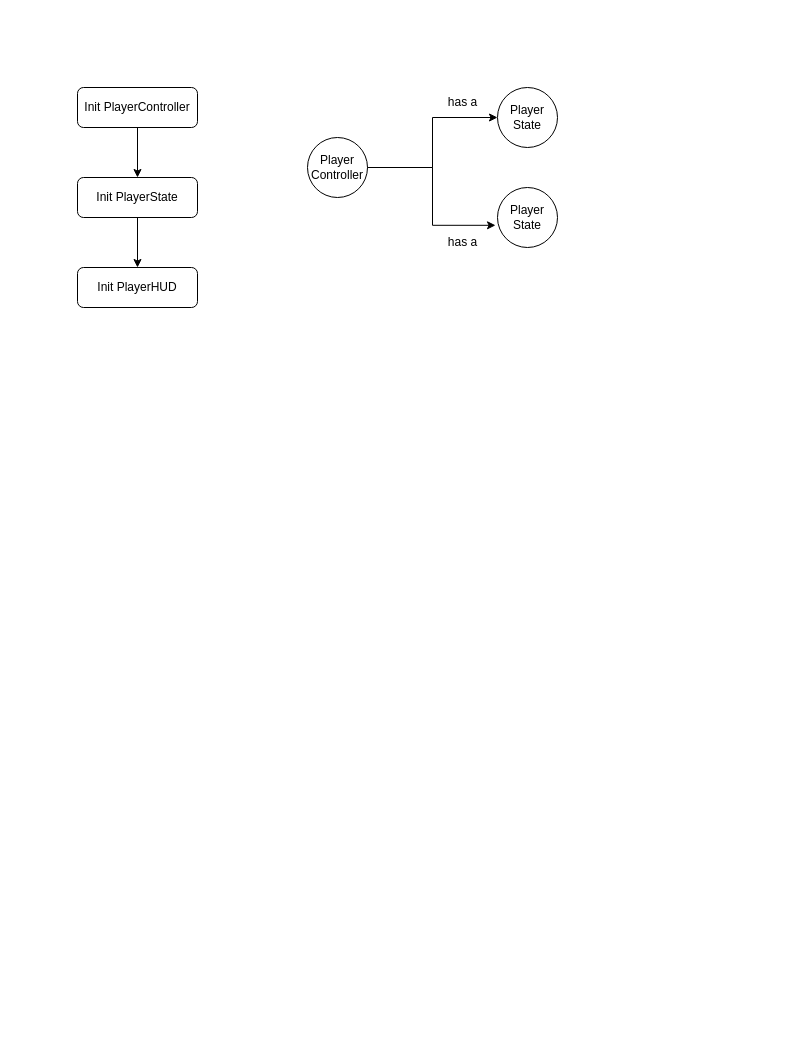
Before: GameFlow.drawio in Danqingyifan/PVZ_UML, a draw.io diagram. Source tidied: cells renumbered, new cells numbered last; positions are measured from the earlier drawing's top-left corner, leaving out a move shared by most shapes. Both pictures are drawn from the tidied source at 100%, with x=0, y=0 at pixel (77, 87).
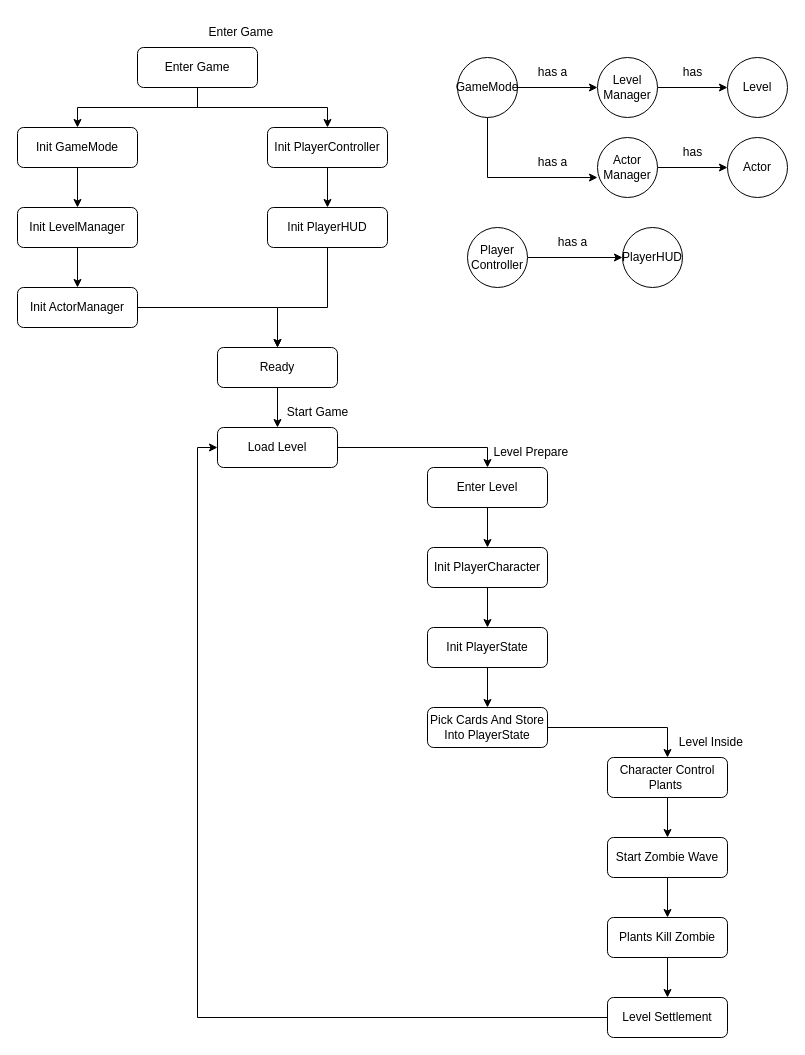
The same diagram, later.

What changed in the source:
```diff
@@
-    <mxCell id="2" style="edgeStyle=orthogonalEdgeStyle;rounded=0;jettySize=auto;html=1;entryX=0.5;entryY=0;entryDx=0;entryDy=0;" parent="1" edge="1" source="3" target="5">
-      <mxGeometry relative="1" as="geometry" />
-    </mxCell>
+    <mxCell id="14" style="edgeStyle=orthogonalEdgeStyle;rounded=0;jettySize=auto;html=1;entryX=0.5;entryY=0;entryDx=0;entryDy=0;" parent="1" edge="1" source="3" target="52">
+      <mxGeometry relative="1" as="geometry" />
+    </mxCell>
-    <mxCell id="3" value="Init PlayerController" style="rounded=1;whiteSpace=wrap;html=1;fontSize=12;glass=0;strokeWidth=1;shadow=0;" parent="1" vertex="1">
-      <mxGeometry width="120" height="40" as="geometry" />
+    <mxCell id="3" value="Init LevelManager" style="rounded=1;whiteSpace=wrap;html=1;fontSize=12;glass=0;strokeWidth=1;shadow=0;" parent="1" vertex="1">
+      <mxGeometry x="-60" y="120" width="120" height="40" as="geometry" />
     </mxCell>
-    <mxCell id="4" style="edgeStyle=orthogonalEdgeStyle;rounded=0;jettySize=auto;html=1;entryX=0.5;entryY=0;entryDx=0;entryDy=0;" parent="1" edge="1" source="5" target="10">
-      <mxGeometry relative="1" as="geometry" />
-    </mxCell>
+    <mxCell id="15" style="edgeStyle=orthogonalEdgeStyle;rounded=0;jettySize=auto;html=1;entryX=0.5;entryY=0;entryDx=0;entryDy=0;" parent="1" edge="1" source="5" target="34">
+      <mxGeometry relative="1" as="geometry" />
+    </mxCell>
     <mxCell id="5" value="Init PlayerState" style="rounded=1;whiteSpace=wrap;html=1;fontSize=12;glass=0;strokeWidth=1;shadow=0;" parent="1" vertex="1">
-      <mxGeometry y="90" width="120" height="40" as="geometry" />
+      <mxGeometry x="350" y="540" width="120" height="40" as="geometry" />
     </mxCell>
-    <mxCell id="6" style="edgeStyle=orthogonalEdgeStyle;rounded=0;jettySize=auto;html=1;entryX=0;entryY=0.5;entryDx=0;entryDy=0;" parent="1" edge="1" source="7" target="8">
-      <mxGeometry relative="1" as="geometry" />
-    </mxCell>
+    <mxCell id="12" style="edgeStyle=orthogonalEdgeStyle;rounded=0;jettySize=auto;html=1;entryX=0;entryY=0.5;entryDx=0;entryDy=0;" parent="1" edge="1" source="7" target="11">
+      <mxGeometry relative="1" as="geometry" />
+    </mxCell>
     <mxCell id="7" value="Player&lt;div&gt;Controller&lt;/div&gt;" style="ellipse;whiteSpace=wrap;html=1;" parent="1" vertex="1">
-      <mxGeometry x="230" y="50" width="60" height="60" as="geometry" />
+      <mxGeometry x="390" y="140" width="60" height="60" as="geometry" />
     </mxCell>
-    <mxCell id="8" value="Player&lt;div&gt;State&lt;/div&gt;" style="ellipse;whiteSpace=wrap;html=1;" parent="1" vertex="1">
-      <mxGeometry x="420" width="60" height="60" as="geometry" />
-    </mxCell>
-    <mxCell id="9" value="has a" style="text;html=1;align=center;verticalAlign=middle;strokeColor=none;fillColor=none;" parent="1" vertex="1">
-      <mxGeometry x="360" width="50" height="30" as="geometry" />
-    </mxCell>
+    <mxCell id="16" style="edgeStyle=orthogonalEdgeStyle;rounded=0;jettySize=auto;html=1;entryX=0.5;entryY=0;entryDx=0;entryDy=0;" parent="1" edge="1" source="10" target="50">
+      <mxGeometry relative="1" as="geometry" />
+    </mxCell>
-    <mxCell id="10" value="Init PlayerHUD" style="rounded=1;whiteSpace=wrap;html=1;fontSize=12;glass=0;strokeWidth=1;shadow=0;" parent="1" vertex="1">
-      <mxGeometry y="180" width="120" height="40" as="geometry" />
+    <mxCell id="10" value="Init PlayerController" style="rounded=1;whiteSpace=wrap;html=1;fontSize=12;glass=0;strokeWidth=1;shadow=0;" parent="1" vertex="1">
+      <mxGeometry x="190" y="40" width="120" height="40" as="geometry" />
     </mxCell>
-    <mxCell id="11" value="Player&lt;div&gt;State&lt;/div&gt;" style="ellipse;whiteSpace=wrap;html=1;" parent="1" vertex="1">
-      <mxGeometry x="420" y="100" width="60" height="60" as="geometry" />
+    <mxCell id="11" value="Player&lt;span style=&quot;background-color: transparent; color: light-dark(rgb(0, 0, 0), rgb(255, 255, 255));&quot;&gt;HUD&lt;/span&gt;" style="ellipse;whiteSpace=wrap;html=1;" parent="1" vertex="1">
+      <mxGeometry x="545" y="140" width="60" height="60" as="geometry" />
     </mxCell>
-    <mxCell id="12" style="edgeStyle=orthogonalEdgeStyle;rounded=0;jettySize=auto;html=1;entryX=-0.033;entryY=0.63;entryDx=0;entryDy=0;entryPerimeter=0;" parent="1" edge="1" source="7" target="11">
-      <mxGeometry relative="1" as="geometry" />
-    </mxCell>
     <mxCell id="13" value="has a" style="text;html=1;align=center;verticalAlign=middle;strokeColor=none;fillColor=none;" parent="1" vertex="1">
-      <mxGeometry x="360" y="140" width="50" height="30" as="geometry" />
+      <mxGeometry x="470" y="140" width="50" height="30" as="geometry" />
     </mxCell>
+    <mxCell id="17" style="edgeStyle=orthogonalEdgeStyle;rounded=0;jettySize=auto;html=1;entryX=0.5;entryY=0;entryDx=0;entryDy=0;" parent="1" edge="1" source="18" target="3">
+      <mxGeometry relative="1" as="geometry" />
+    </mxCell>
+    <mxCell id="18" value="Init GameMode" style="rounded=1;whiteSpace=wrap;html=1;fontSize=12;glass=0;strokeWidth=1;shadow=0;" parent="1" vertex="1">
+      <mxGeometry x="-60" y="40" width="120" height="40" as="geometry" />
+    </mxCell>
+    <mxCell id="19" style="edgeStyle=orthogonalEdgeStyle;rounded=0;jettySize=auto;html=1;entryX=0;entryY=0.5;entryDx=0;entryDy=0;" parent="1" edge="1" source="20" target="22">
+      <mxGeometry relative="1" as="geometry" />
+    </mxCell>
+    <mxCell id="20" value="GameMode" style="ellipse;whiteSpace=wrap;html=1;" parent="1" vertex="1">
+      <mxGeometry x="380" y="-30" width="60" height="60" as="geometry" />
+    </mxCell>
+    <mxCell id="21" style="edgeStyle=orthogonalEdgeStyle;rounded=0;jettySize=auto;html=1;entryX=0;entryY=0.5;entryDx=0;entryDy=0;" parent="1" edge="1" source="22" target="23">
+      <mxGeometry relative="1" as="geometry" />
+    </mxCell>
+    <mxCell id="22" value="Level&lt;div&gt;Manager&lt;/div&gt;" style="ellipse;whiteSpace=wrap;html=1;" parent="1" vertex="1">
+      <mxGeometry x="520" y="-30" width="60" height="60" as="geometry" />
+    </mxCell>
+    <mxCell id="23" value="Level" style="ellipse;whiteSpace=wrap;html=1;" parent="1" vertex="1">
+      <mxGeometry x="650" y="-30" width="60" height="60" as="geometry" />
+    </mxCell>
+    <mxCell id="24" style="edgeStyle=orthogonalEdgeStyle;rounded=0;jettySize=auto;html=1;entryX=0.5;entryY=0;entryDx=0;entryDy=0;" parent="1" edge="1" source="25" target="5">
+      <mxGeometry relative="1" as="geometry" />
+    </mxCell>
+    <mxCell id="25" value="Init PlayerCharacter" style="rounded=1;whiteSpace=wrap;html=1;fontSize=12;glass=0;strokeWidth=1;shadow=0;" parent="1" vertex="1">
+      <mxGeometry x="350" y="460" width="120" height="40" as="geometry" />
+    </mxCell>
+    <mxCell id="26" style="edgeStyle=orthogonalEdgeStyle;rounded=0;jettySize=auto;html=1;entryX=0.5;entryY=0;entryDx=0;entryDy=0;" parent="1" edge="1" source="28" target="18">
+      <mxGeometry relative="1" as="geometry" />
+    </mxCell>
+    <mxCell id="27" style="edgeStyle=orthogonalEdgeStyle;rounded=0;jettySize=auto;html=1;entryX=0.5;entryY=0;entryDx=0;entryDy=0;exitX=0.5;exitY=1;exitDx=0;exitDy=0;" parent="1" edge="1" source="28" target="10">
+      <mxGeometry relative="1" as="geometry" />
+    </mxCell>
+    <mxCell id="28" value="Enter Game" style="rounded=1;whiteSpace=wrap;html=1;fontSize=12;glass=0;strokeWidth=1;shadow=0;" parent="1" vertex="1">
+      <mxGeometry x="60" y="-40" width="120" height="40" as="geometry" />
+    </mxCell>
+    <mxCell id="29" style="edgeStyle=orthogonalEdgeStyle;rounded=0;jettySize=auto;html=1;entryX=0.5;entryY=0;entryDx=0;entryDy=0;" parent="1" edge="1" source="30" target="25">
+      <mxGeometry relative="1" as="geometry" />
+    </mxCell>
+    <mxCell id="30" value="Enter Level" style="rounded=1;whiteSpace=wrap;html=1;fontSize=12;glass=0;strokeWidth=1;shadow=0;" parent="1" vertex="1">
+      <mxGeometry x="350" y="380" width="120" height="40" as="geometry" />
+    </mxCell>
+    <mxCell id="31" value="has a" style="text;html=1;align=center;verticalAlign=middle;strokeColor=none;fillColor=none;" parent="1" vertex="1">
+      <mxGeometry x="450" y="-30" width="50" height="30" as="geometry" />
+    </mxCell>
+    <mxCell id="32" value="has" style="text;html=1;align=center;verticalAlign=middle;strokeColor=none;fillColor=none;" parent="1" vertex="1">
+      <mxGeometry x="595" y="-30" width="40" height="30" as="geometry" />
+    </mxCell>
+    <mxCell id="33" style="edgeStyle=orthogonalEdgeStyle;rounded=0;jettySize=auto;html=1;entryX=0.5;entryY=0;entryDx=0;entryDy=0;" parent="1" edge="1" source="34" target="40">
+      <mxGeometry relative="1" as="geometry" />
+    </mxCell>
+    <mxCell id="34" value="Pick Cards And Store Into PlayerState" style="rounded=1;whiteSpace=wrap;html=1;fontSize=12;glass=0;strokeWidth=1;shadow=0;" parent="1" vertex="1">
+      <mxGeometry x="350" y="620" width="120" height="40" as="geometry" />
+    </mxCell>
+    <mxCell id="35" value="Enter Game&amp;nbsp;" style="text;html=1;align=center;verticalAlign=middle;strokeColor=none;fillColor=none;" parent="1" vertex="1">
+      <mxGeometry x="120" y="-70" width="90" height="30" as="geometry" />
+    </mxCell>
+    <mxCell id="36" value="Level Prepare&amp;nbsp;" style="text;html=1;align=center;verticalAlign=middle;strokeColor=none;fillColor=none;" parent="1" vertex="1">
+      <mxGeometry x="405" y="350" width="100" height="30" as="geometry" />
+    </mxCell>
+    <mxCell id="37" style="edgeStyle=orthogonalEdgeStyle;rounded=0;jettySize=auto;html=1;entryX=0.5;entryY=0;entryDx=0;entryDy=0;" parent="1" edge="1" source="38" target="42">
+      <mxGeometry relative="1" as="geometry" />
+    </mxCell>
+    <mxCell id="38" value="Start Zombie Wave" style="rounded=1;whiteSpace=wrap;html=1;fontSize=12;glass=0;strokeWidth=1;shadow=0;" parent="1" vertex="1">
+      <mxGeometry x="530" y="750" width="120" height="40" as="geometry" />
+    </mxCell>
+    <mxCell id="39" style="edgeStyle=orthogonalEdgeStyle;rounded=0;jettySize=auto;html=1;entryX=0.5;entryY=0;entryDx=0;entryDy=0;" parent="1" edge="1" source="40" target="38">
+      <mxGeometry relative="1" as="geometry" />
+    </mxCell>
+    <mxCell id="40" value="Character Control Plants&amp;nbsp;" style="rounded=1;whiteSpace=wrap;html=1;fontSize=12;glass=0;strokeWidth=1;shadow=0;" parent="1" vertex="1">
+      <mxGeometry x="530" y="670" width="120" height="40" as="geometry" />
+    </mxCell>
+    <mxCell id="41" style="edgeStyle=orthogonalEdgeStyle;rounded=0;jettySize=auto;html=1;entryX=0.5;entryY=0;entryDx=0;entryDy=0;" parent="1" edge="1" source="42" target="45">
+      <mxGeometry relative="1" as="geometry" />
+    </mxCell>
+    <mxCell id="42" value="Plants Kill Zombie" style="rounded=1;whiteSpace=wrap;html=1;fontSize=12;glass=0;strokeWidth=1;shadow=0;" parent="1" vertex="1">
+      <mxGeometry x="530" y="830" width="120" height="40" as="geometry" />
+    </mxCell>
+    <mxCell id="43" value="Level Inside&amp;nbsp;" style="text;html=1;align=center;verticalAlign=middle;strokeColor=none;fillColor=none;" parent="1" vertex="1">
+      <mxGeometry x="590" y="640" width="90" height="30" as="geometry" />
+    </mxCell>
+    <mxCell id="44" style="edgeStyle=orthogonalEdgeStyle;rounded=0;jettySize=auto;html=1;entryX=0;entryY=0.5;entryDx=0;entryDy=0;" parent="1" edge="1" source="45" target="48">
+      <mxGeometry relative="1" as="geometry" />
+    </mxCell>
+    <mxCell id="45" value="Level Settlement" style="rounded=1;whiteSpace=wrap;html=1;fontSize=12;glass=0;strokeWidth=1;shadow=0;" parent="1" vertex="1">
+      <mxGeometry x="530" y="910" width="120" height="40" as="geometry" />
+    </mxCell>
+    <mxCell id="46" value="Start Game" style="text;html=1;align=center;verticalAlign=middle;strokeColor=none;fillColor=none;" parent="1" vertex="1">
+      <mxGeometry x="200" y="310" width="80" height="30" as="geometry" />
+    </mxCell>
+    <mxCell id="47" style="edgeStyle=orthogonalEdgeStyle;rounded=0;jettySize=auto;html=1;entryX=0.5;entryY=0;entryDx=0;entryDy=0;" parent="1" edge="1" source="48" target="30">
+      <mxGeometry relative="1" as="geometry" />
+    </mxCell>
+    <mxCell id="48" value="Load Level" style="rounded=1;whiteSpace=wrap;html=1;fontSize=12;glass=0;strokeWidth=1;shadow=0;" parent="1" vertex="1">
+      <mxGeometry x="140" y="340" width="120" height="40" as="geometry" />
+    </mxCell>
+    <mxCell id="49" style="edgeStyle=orthogonalEdgeStyle;rounded=0;jettySize=auto;html=1;entryX=0.5;entryY=0;entryDx=0;entryDy=0;" parent="1" edge="1" source="50" target="54">
+      <mxGeometry relative="1" as="geometry">
+        <Array as="points">
+          <mxPoint x="250" y="220" />
+          <mxPoint x="200" y="220" />
+        </Array>
+      </mxGeometry>
+    </mxCell>
+    <mxCell id="50" value="Init PlayerHUD" style="rounded=1;whiteSpace=wrap;html=1;fontSize=12;glass=0;strokeWidth=1;shadow=0;" parent="1" vertex="1">
+      <mxGeometry x="190" y="120" width="120" height="40" as="geometry" />
+    </mxCell>
+    <mxCell id="51" style="edgeStyle=orthogonalEdgeStyle;rounded=0;jettySize=auto;html=1;entryX=0.5;entryY=0;entryDx=0;entryDy=0;" parent="1" edge="1" source="52" target="54">
+      <mxGeometry relative="1" as="geometry" />
+    </mxCell>
+    <mxCell id="52" value="Init ActorManager" style="rounded=1;whiteSpace=wrap;html=1;fontSize=12;glass=0;strokeWidth=1;shadow=0;" parent="1" vertex="1">
+      <mxGeometry x="-60" y="200" width="120" height="40" as="geometry" />
+    </mxCell>
+    <mxCell id="53" style="edgeStyle=orthogonalEdgeStyle;rounded=0;jettySize=auto;html=1;entryX=0.5;entryY=0;entryDx=0;entryDy=0;" parent="1" edge="1" source="54" target="48">
+      <mxGeometry relative="1" as="geometry" />
+    </mxCell>
+    <mxCell id="54" value="Ready" style="rounded=1;whiteSpace=wrap;html=1;fontSize=12;glass=0;strokeWidth=1;shadow=0;" parent="1" vertex="1">
+      <mxGeometry x="140" y="260" width="120" height="40" as="geometry" />
+    </mxCell>
+    <mxCell id="55" style="edgeStyle=orthogonalEdgeStyle;rounded=0;jettySize=auto;html=1;entryX=0;entryY=0.5;entryDx=0;entryDy=0;" parent="1" edge="1" source="56" target="57">
+      <mxGeometry relative="1" as="geometry" />
+    </mxCell>
+    <mxCell id="56" value="Actor&lt;br&gt;&lt;div&gt;Manager&lt;/div&gt;" style="ellipse;whiteSpace=wrap;html=1;" parent="1" vertex="1">
+      <mxGeometry x="520" y="50" width="60" height="60" as="geometry" />
+    </mxCell>
+    <mxCell id="57" value="Actor" style="ellipse;whiteSpace=wrap;html=1;" parent="1" vertex="1">
+      <mxGeometry x="650" y="50" width="60" height="60" as="geometry" />
+    </mxCell>
+    <mxCell id="58" value="has" style="text;html=1;align=center;verticalAlign=middle;strokeColor=none;fillColor=none;" parent="1" vertex="1">
+      <mxGeometry x="595" y="50" width="40" height="30" as="geometry" />
+    </mxCell>
+    <mxCell id="59" style="edgeStyle=orthogonalEdgeStyle;rounded=0;jettySize=auto;html=1;entryX=0;entryY=0.667;entryDx=0;entryDy=0;entryPerimeter=0;" parent="1" edge="1" source="20" target="56">
+      <mxGeometry relative="1" as="geometry">
+        <Array as="points">
+          <mxPoint x="410" y="90" />
+        </Array>
+      </mxGeometry>
+    </mxCell>
+    <mxCell id="60" value="has a" style="text;html=1;align=center;verticalAlign=middle;strokeColor=none;fillColor=none;" parent="1" vertex="1">
+      <mxGeometry x="450" y="60" width="50" height="30" as="geometry" />
+    </mxCell>
```
